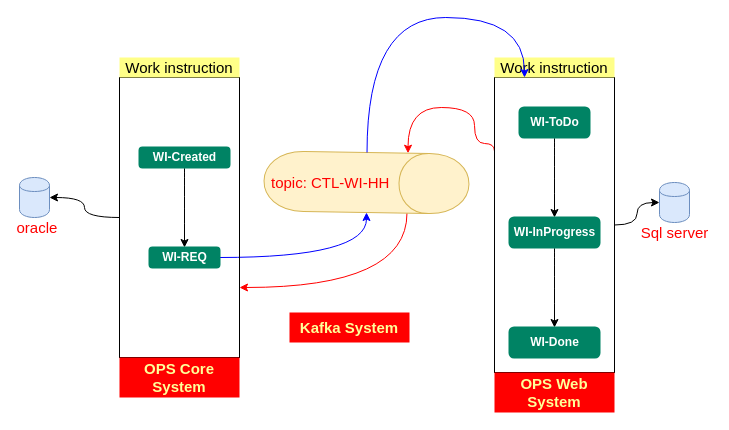
This is page "Sơ đồ trạng thái WI" (2 of 3) of documents/sprint-2/MockupHandHeld.drawio from csu-anzai/SNP-CMS, a draw.io file, before an edit. Source tidied: cells renumbered, new cells numbered last; positions are measured from the earlier drawing's top-left corner, leaving out a move shared by most shapes. Both pictures are drawn from the tidied source at 100%, with x=0, y=0 at pixel (19, 17).
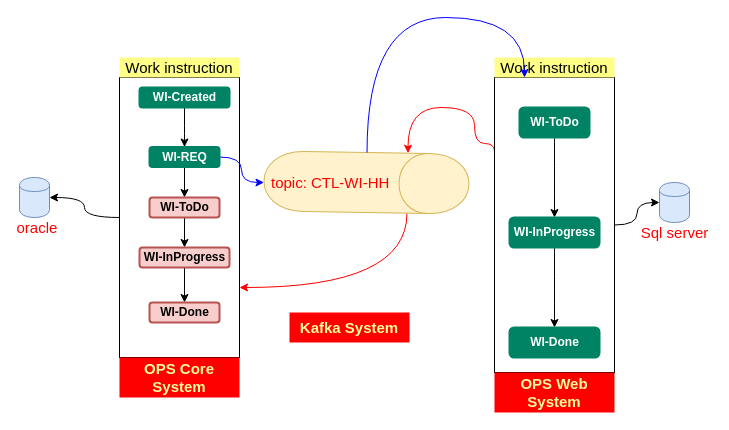
The same page after the edit.

Diff of the diagram source:
```diff
@@
+    <mxCell id="12" style="rounded=0;whiteSpace=wrap;html=1;labelBackgroundColor=none;strokeColor=#000000;strokeWidth=1;fillColor=none;fontSize=15;fontColor=#FF0000;align=center;" parent="1" vertex="1">
+      <mxGeometry x="100" y="60" width="120" height="280" as="geometry" />
+    </mxCell>
@@
     <mxCell id="3" value="WI-Created" style="dashed=0;html=1;rounded=1;fillColor=#008364;strokeColor=#008364;fontSize=12;align=center;fontStyle=1;strokeWidth=2;fontColor=#ffffff;labelBackgroundColor=none;" parent="1" vertex="1">
-      <mxGeometry x="120" y="130" width="90" height="20" as="geometry" />
+      <mxGeometry x="120" y="70" width="90" height="20" as="geometry" />
     </mxCell>
@@
+    <mxCell id="29" style="edgeStyle=orthogonalEdgeStyle;rounded=0;jettySize=auto;html=1;startArrow=none;startFill=0;endArrow=classic;endFill=1;endSize=6;strokeColor=#000000;strokeWidth=1;fontSize=15;fontColor=#FF0000;" parent="1" edge="1" source="5" target="31">
+      <mxGeometry relative="1" as="geometry" />
+    </mxCell>
     <mxCell id="5" value="WI-REQ" style="dashed=0;html=1;rounded=1;fillColor=#008364;strokeColor=#008364;fontSize=12;align=center;fontStyle=1;strokeWidth=2;fontColor=#ffffff;labelBackgroundColor=none;" parent="1" vertex="1">
-      <mxGeometry x="130" y="230" width="70" height="20" as="geometry" />
+      <mxGeometry x="130" y="129.5" width="70" height="20" as="geometry" />
     </mxCell>
+    <mxCell id="30" style="edgeStyle=orthogonalEdgeStyle;rounded=0;jettySize=auto;html=1;startArrow=none;startFill=0;endArrow=classic;endFill=1;endSize=6;strokeColor=#000000;strokeWidth=1;fontSize=15;fontColor=#FF0000;" parent="1" edge="1" source="31" target="33">
+      <mxGeometry relative="1" as="geometry" />
+    </mxCell>
+    <mxCell id="31" value="WI-ToDo" style="dashed=0;html=1;rounded=1;fillColor=#f8cecc;strokeColor=#b85450;fontSize=12;align=center;fontStyle=1;strokeWidth=2;labelBackgroundColor=none;" parent="1" vertex="1">
+      <mxGeometry x="130" y="180" width="70" height="20" as="geometry" />
+    </mxCell>
+    <mxCell id="32" style="edgeStyle=orthogonalEdgeStyle;rounded=0;jettySize=auto;html=1;startArrow=none;startFill=0;endArrow=classic;endFill=1;endSize=6;strokeColor=#000000;strokeWidth=1;fontSize=15;fontColor=#FF0000;" parent="1" edge="1" source="33" target="34">
+      <mxGeometry relative="1" as="geometry" />
+    </mxCell>
+    <mxCell id="33" value="WI-InProgress" style="dashed=0;html=1;rounded=1;fillColor=#f8cecc;strokeColor=#b85450;fontSize=12;align=center;fontStyle=1;strokeWidth=2;labelBackgroundColor=none;" parent="1" vertex="1">
+      <mxGeometry x="120" y="230" width="90" height="20" as="geometry" />
+    </mxCell>
+    <mxCell id="34" value="WI-Done" style="dashed=0;html=1;rounded=1;fillColor=#f8cecc;strokeColor=#b85450;fontSize=12;align=center;fontStyle=1;strokeWidth=2;labelBackgroundColor=none;" parent="1" vertex="1">
+      <mxGeometry x="130" y="285" width="70" height="20" as="geometry" />
+    </mxCell>
@@
-    <mxCell id="12" style="rounded=0;whiteSpace=wrap;html=1;labelBackgroundColor=none;strokeColor=#000000;strokeWidth=1;fillColor=none;fontSize=15;fontColor=#FF0000;align=center;" parent="1" vertex="1">
-      <mxGeometry x="100" y="60" width="120" height="280" as="geometry" />
-    </mxCell>
```
